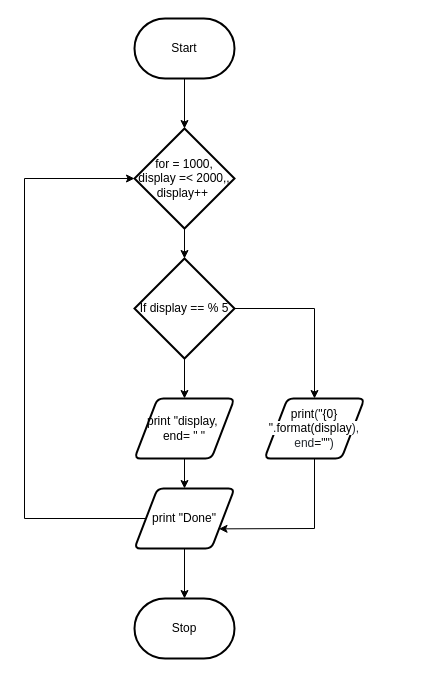
The draw.io diagram Draw.io/Flowchart.drawio in Peter-Gemmell/ICS3U-Unit4-07-Python, before the edit. Source tidied: cells renumbered, new cells numbered last; positions are measured from the earlier drawing's top-left corner, leaving out a move shared by most shapes. Both pictures are drawn from the tidied source at 100%, with x=0, y=0 at pixel (24, 18).
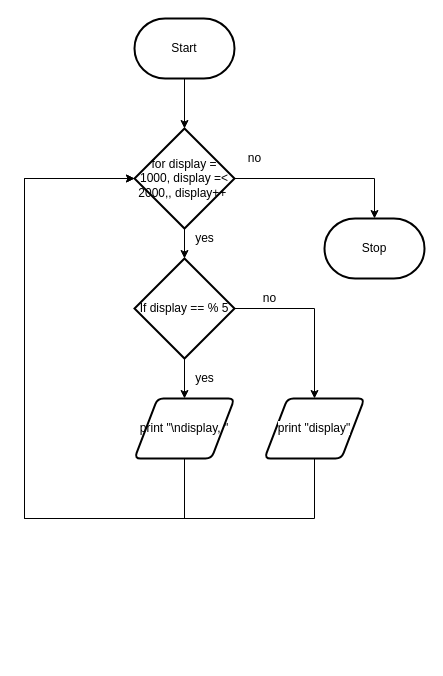
After the change.

Change to the diagram source:
```diff
@@
+    <mxCell id="17" style="edgeStyle=none;html=1;entryX=0.5;entryY=0;entryDx=0;entryDy=0;entryPerimeter=0;exitX=1;exitY=0.5;exitDx=0;exitDy=0;exitPerimeter=0;rounded=0;" parent="1" edge="1" source="5" target="16">
+      <mxGeometry relative="1" as="geometry">
+        <Array as="points">
+          <mxPoint x="350" y="160" />
+        </Array>
+      </mxGeometry>
+    </mxCell>
-    <mxCell id="5" value="for = 1000, display =&amp;lt; 2000,, display++&amp;nbsp;" style="strokeWidth=2;html=1;shape=mxgraph.flowchart.decision;whiteSpace=wrap;" parent="1" vertex="1">
+    <mxCell id="5" value="for display = 1000, display =&amp;lt; 2000,, display++&amp;nbsp;" style="strokeWidth=2;html=1;shape=mxgraph.flowchart.decision;whiteSpace=wrap;" parent="1" vertex="1">
       <mxGeometry x="110" y="110" width="100" height="100" as="geometry" />
     </mxCell>
@@
-    <mxCell id="9" style="edgeStyle=none;rounded=0;html=1;exitX=0.5;exitY=1;exitDx=0;exitDy=0;entryX=0.5;entryY=0;entryDx=0;entryDy=0;" parent="1" edge="1" source="10" target="15">
-      <mxGeometry relative="1" as="geometry" />
-    </mxCell>
-    <mxCell id="10" value="print &quot;display,&amp;nbsp; end= &quot; &quot;" style="shape=parallelogram;html=1;strokeWidth=2;perimeter=parallelogramPerimeter;whiteSpace=wrap;rounded=1;arcSize=12;size=0.23;" parent="1" vertex="1">
+    <mxCell id="10" value="print &quot;\ndisplay, &quot;" style="shape=parallelogram;html=1;strokeWidth=2;perimeter=parallelogramPerimeter;whiteSpace=wrap;rounded=1;arcSize=12;size=0.23;" parent="1" vertex="1">
       <mxGeometry x="110" y="380" width="100" height="60" as="geometry" />
     </mxCell>
-    <mxCell id="11" style="edgeStyle=none;rounded=0;html=1;exitX=0.5;exitY=1;exitDx=0;exitDy=0;entryX=1;entryY=0.75;entryDx=0;entryDy=0;" parent="1" edge="1" source="12" target="15">
-      <mxGeometry relative="1" as="geometry">
-        <Array as="points">
-          <mxPoint x="290" y="510" />
-        </Array>
-      </mxGeometry>
-    </mxCell>
+    <mxCell id="18" style="edgeStyle=none;rounded=0;html=1;entryX=0;entryY=0.5;entryDx=0;entryDy=0;entryPerimeter=0;" parent="1" edge="1" source="12" target="5">
+      <mxGeometry relative="1" as="geometry">
+        <Array as="points">
+          <mxPoint x="290" y="500" />
+          <mxPoint y="500" />
+          <mxPoint y="160" />
+        </Array>
+      </mxGeometry>
+    </mxCell>
-    <mxCell id="12" value="&lt;span class=&quot;pl-en&quot; style=&quot;box-sizing: border-box ; font-family: , , &amp;#34;sf mono&amp;#34; , &amp;#34;menlo&amp;#34; , &amp;#34;consolas&amp;#34; , &amp;#34;liberation mono&amp;#34; , monospace ; background-color: rgb(255 , 255 , 255)&quot;&gt;print&lt;/span&gt;&lt;span style=&quot;color: rgb(36 , 41 , 47) ; font-family: , , &amp;#34;sf mono&amp;#34; , &amp;#34;menlo&amp;#34; , &amp;#34;consolas&amp;#34; , &amp;#34;liberation mono&amp;#34; , monospace ; background-color: rgb(255 , 255 , 255)&quot;&gt;(&lt;/span&gt;&lt;span class=&quot;pl-s&quot; style=&quot;box-sizing: border-box ; font-family: , , &amp;#34;sf mono&amp;#34; , &amp;#34;menlo&amp;#34; , &amp;#34;consolas&amp;#34; , &amp;#34;liberation mono&amp;#34; , monospace ; background-color: rgb(255 , 255 , 255)&quot;&gt;&quot;{0} &quot;&lt;/span&gt;&lt;span style=&quot;color: rgb(36 , 41 , 47) ; font-family: , , &amp;#34;sf mono&amp;#34; , &amp;#34;menlo&amp;#34; , &amp;#34;consolas&amp;#34; , &amp;#34;liberation mono&amp;#34; , monospace ; background-color: rgb(255 , 255 , 255)&quot;&gt;.&lt;/span&gt;&lt;span class=&quot;pl-en&quot; style=&quot;box-sizing: border-box ; font-family: , , &amp;#34;sf mono&amp;#34; , &amp;#34;menlo&amp;#34; , &amp;#34;consolas&amp;#34; , &amp;#34;liberation mono&amp;#34; , monospace ; background-color: rgb(255 , 255 , 255)&quot;&gt;format(display&lt;/span&gt;&lt;span style=&quot;color: rgb(36 , 41 , 47) ; font-family: , , &amp;#34;sf mono&amp;#34; , &amp;#34;menlo&amp;#34; , &amp;#34;consolas&amp;#34; , &amp;#34;liberation mono&amp;#34; , monospace ; background-color: rgb(255 , 255 , 255)&quot;&gt;), &lt;/span&gt;&lt;span class=&quot;pl-s1&quot; style=&quot;box-sizing: border-box ; color: rgb(36 , 41 , 47) ; font-family: , , &amp;#34;sf mono&amp;#34; , &amp;#34;menlo&amp;#34; , &amp;#34;consolas&amp;#34; , &amp;#34;liberation mono&amp;#34; , monospace ; background-color: rgb(255 , 255 , 255)&quot;&gt;end&lt;/span&gt;&lt;span class=&quot;pl-c1&quot; style=&quot;box-sizing: border-box ; font-family: , , &amp;#34;sf mono&amp;#34; , &amp;#34;menlo&amp;#34; , &amp;#34;consolas&amp;#34; , &amp;#34;liberation mono&amp;#34; , monospace ; background-color: rgb(255 , 255 , 255)&quot;&gt;=&lt;/span&gt;&lt;span class=&quot;pl-s&quot; style=&quot;box-sizing: border-box ; font-family: , , &amp;#34;sf mono&amp;#34; , &amp;#34;menlo&amp;#34; , &amp;#34;consolas&amp;#34; , &amp;#34;liberation mono&amp;#34; , monospace ; background-color: rgb(255 , 255 , 255)&quot;&gt;&quot;&quot;&lt;/span&gt;&lt;span style=&quot;color: rgb(36 , 41 , 47) ; font-family: , , &amp;#34;sf mono&amp;#34; , &amp;#34;menlo&amp;#34; , &amp;#34;consolas&amp;#34; , &amp;#34;liberation mono&amp;#34; , monospace ; background-color: rgb(255 , 255 , 255)&quot;&gt;)&lt;/span&gt;" style="shape=parallelogram;html=1;strokeWidth=2;perimeter=parallelogramPerimeter;whiteSpace=wrap;rounded=1;arcSize=12;size=0.23;" parent="1" vertex="1">
+    <mxCell id="12" value="&lt;span style=&quot;background-color: rgb(255 , 255 , 255)&quot;&gt;print &quot;display&quot;&lt;/span&gt;" style="shape=parallelogram;html=1;strokeWidth=2;perimeter=parallelogramPerimeter;whiteSpace=wrap;rounded=1;arcSize=12;size=0.23;" parent="1" vertex="1">
       <mxGeometry x="240" y="380" width="100" height="60" as="geometry" />
     </mxCell>
-    <mxCell id="13" style="edgeStyle=none;rounded=0;html=1;entryX=0.5;entryY=0;entryDx=0;entryDy=0;entryPerimeter=0;" parent="1" edge="1" source="15" target="16">
-      <mxGeometry relative="1" as="geometry" />
-    </mxCell>
-    <mxCell id="14" style="edgeStyle=none;rounded=0;html=1;exitX=0;exitY=0.5;exitDx=0;exitDy=0;entryX=0;entryY=0.5;entryDx=0;entryDy=0;entryPerimeter=0;" parent="1" edge="1" source="15" target="5">
+    <mxCell id="14" style="edgeStyle=none;rounded=0;html=1;exitX=0.5;exitY=1;exitDx=0;exitDy=0;entryX=0;entryY=0.5;entryDx=0;entryDy=0;entryPerimeter=0;" parent="1" edge="1" source="10" target="5">
       <mxGeometry relative="1" as="geometry">
         <Array as="points">
+          <mxPoint x="160" y="500" />
           <mxPoint y="500" />
           <mxPoint y="160" />
         </Array>
       </mxGeometry>
     </mxCell>
-    <mxCell id="15" value="print &quot;Done&quot;" style="shape=parallelogram;html=1;strokeWidth=2;perimeter=parallelogramPerimeter;whiteSpace=wrap;rounded=1;arcSize=12;size=0.23;" parent="1" vertex="1">
-      <mxGeometry x="110" y="470" width="100" height="60" as="geometry" />
-    </mxCell>
     <mxCell id="16" value="Stop" style="strokeWidth=2;html=1;shape=mxgraph.flowchart.terminator;whiteSpace=wrap;" parent="1" vertex="1">
-      <mxGeometry x="110" y="580" width="100" height="60" as="geometry" />
+      <mxGeometry x="300" y="200" width="100" height="60" as="geometry" />
     </mxCell>
+    <mxCell id="19" value="yes" style="text;html=1;align=center;verticalAlign=middle;strokeColor=none;fillColor=none;" parent="1" vertex="1">
+      <mxGeometry x="165" y="350" width="30" height="20" as="geometry" />
+    </mxCell>
+    <mxCell id="20" value="no" style="text;html=1;align=center;verticalAlign=middle;strokeColor=none;fillColor=none;" parent="1" vertex="1">
+      <mxGeometry x="230" y="270" width="30" height="20" as="geometry" />
+    </mxCell>
+    <mxCell id="21" value="no" style="text;html=1;align=center;verticalAlign=middle;strokeColor=none;fillColor=none;" parent="1" vertex="1">
+      <mxGeometry x="215" y="130" width="30" height="20" as="geometry" />
+    </mxCell>
+    <mxCell id="22" value="yes" style="text;html=1;align=center;verticalAlign=middle;strokeColor=none;fillColor=none;" parent="1" vertex="1">
+      <mxGeometry x="165" y="210" width="30" height="20" as="geometry" />
+    </mxCell>
```
